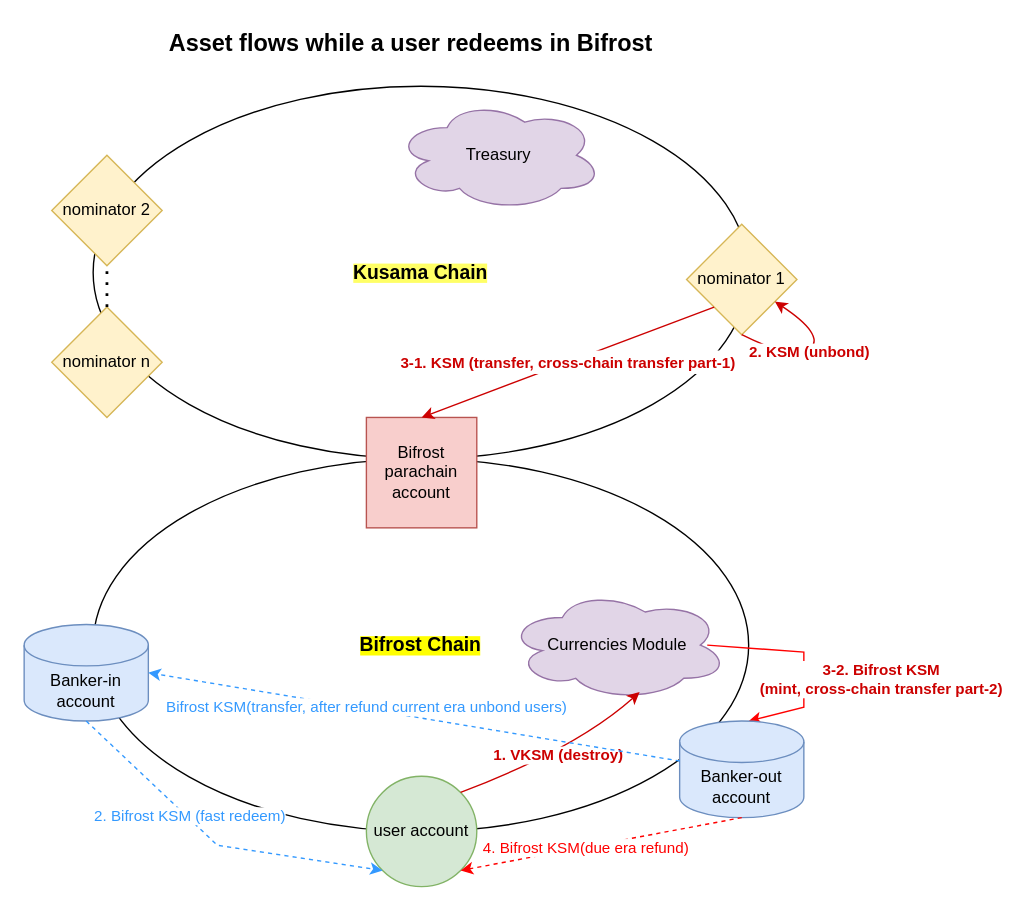
This is Untitled-user-redeem Diagram.drawio from herryho/flowchars, a draw.io file, before an edit. Source tidied: cells renumbered, new cells numbered last; positions are measured from the earlier drawing's top-left corner, leaving out a move shared by most shapes. Both pictures are drawn from the tidied source at 138%, with x=0, y=0 at pixel (23, 23).
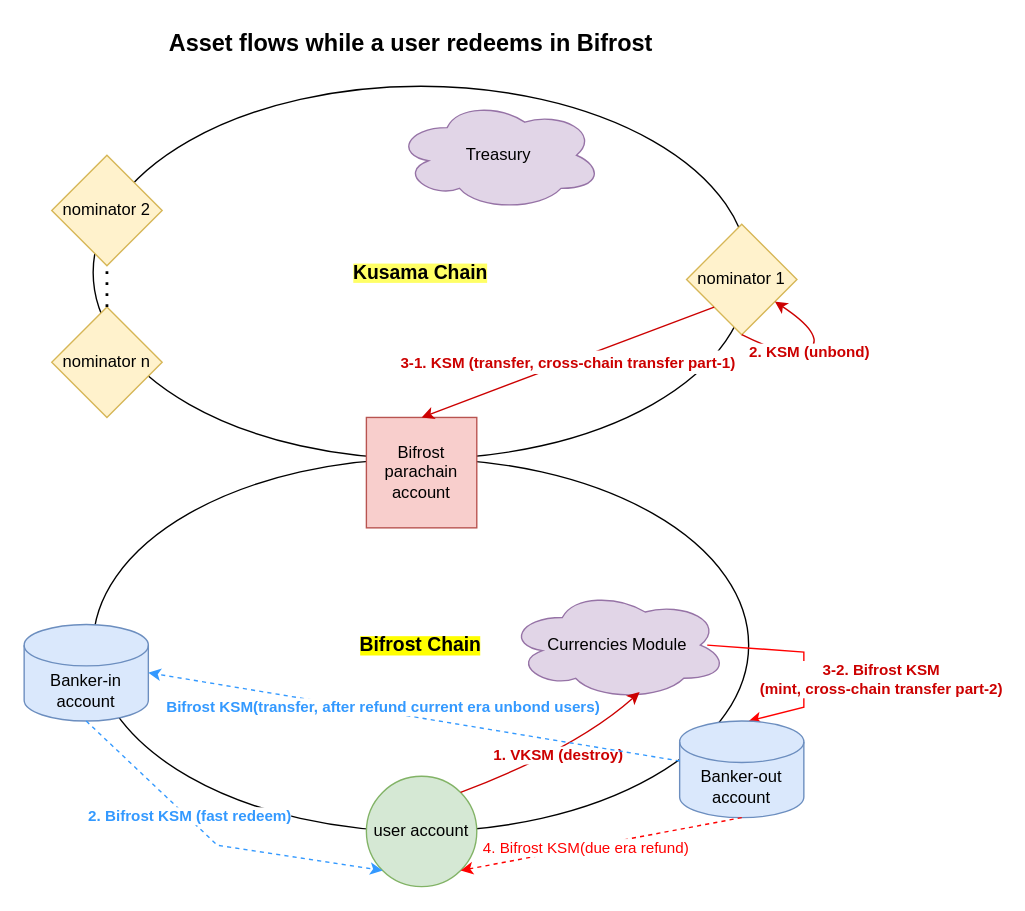
After the change.

Unchanged cells that the change refers to:
```xml
<mxCell id="21" style="endArrow=classic;html=1;rounded=0;exitX=0.5;exitY=1;exitDx=0;exitDy=0;exitPerimeter=0;entryX=0;entryY=1;entryDx=0;entryDy=0;strokeColor=#3399FF;dashed=1;" parent="1" edge="1" source="8" target="7">
  <mxGeometry relative="1" as="geometry">
    <Array as="points">
      <mxPoint x="140" y="595" />
    </Array>
  </mxGeometry>
</mxCell>
<mxCell id="25" style="endArrow=classic;html=1;rounded=0;dashed=1;fontColor=#FF0000;strokeColor=#3399FF;entryX=1;entryY=0.5;entryDx=0;entryDy=0;entryPerimeter=0;exitX=0.895;exitY=0.811;exitDx=0;exitDy=0;exitPerimeter=0;" parent="1" edge="1" source="3" target="8">
  <mxGeometry relative="1" as="geometry" />
</mxCell>
```

Change to the diagram source:
```diff
@@
-    <mxCell id="22" value="&lt;font color=&quot;#3399ff&quot;&gt;2. Bifrost KSM (fast redeem)&lt;br&gt;&lt;/font&gt;" style="edgeLabel;html=1;align=center;verticalAlign=middle;" parent="21" vertex="1">
+    <mxCell id="22" value="&lt;font color=&quot;#3399ff&quot;&gt;2. Bifrost KSM (fast redeem)&lt;br&gt;&lt;/font&gt;" style="edgeLabel;html=1;align=center;verticalAlign=middle;fontStyle=1;" parent="21" vertex="1">
       <mxGeometry x="-0.2" y="2" relative="1" as="geometry" />
     </mxCell>
@@
-    <mxCell id="26" value="&lt;font color=&quot;#3399ff&quot;&gt;Bifrost KSM(transfer, after refund current era unbond users)&lt;/font&gt;" style="edgeLabel;html=1;align=center;verticalAlign=middle;fontColor=#FF0000;" parent="25" vertex="1">
+    <mxCell id="26" value="&lt;font color=&quot;#3399ff&quot;&gt;Bifrost KSM(transfer, after refund current era unbond users)&lt;/font&gt;" style="edgeLabel;html=1;align=center;verticalAlign=middle;fontColor=#FF0000;fontStyle=1;" parent="25" vertex="1">
       <mxGeometry x="0.26" y="-2" relative="1" as="geometry">
-        <mxPoint x="15" y="3" as="offset" />
+        <mxPoint x="27" y="3" as="offset" />
       </mxGeometry>
     </mxCell>
```
